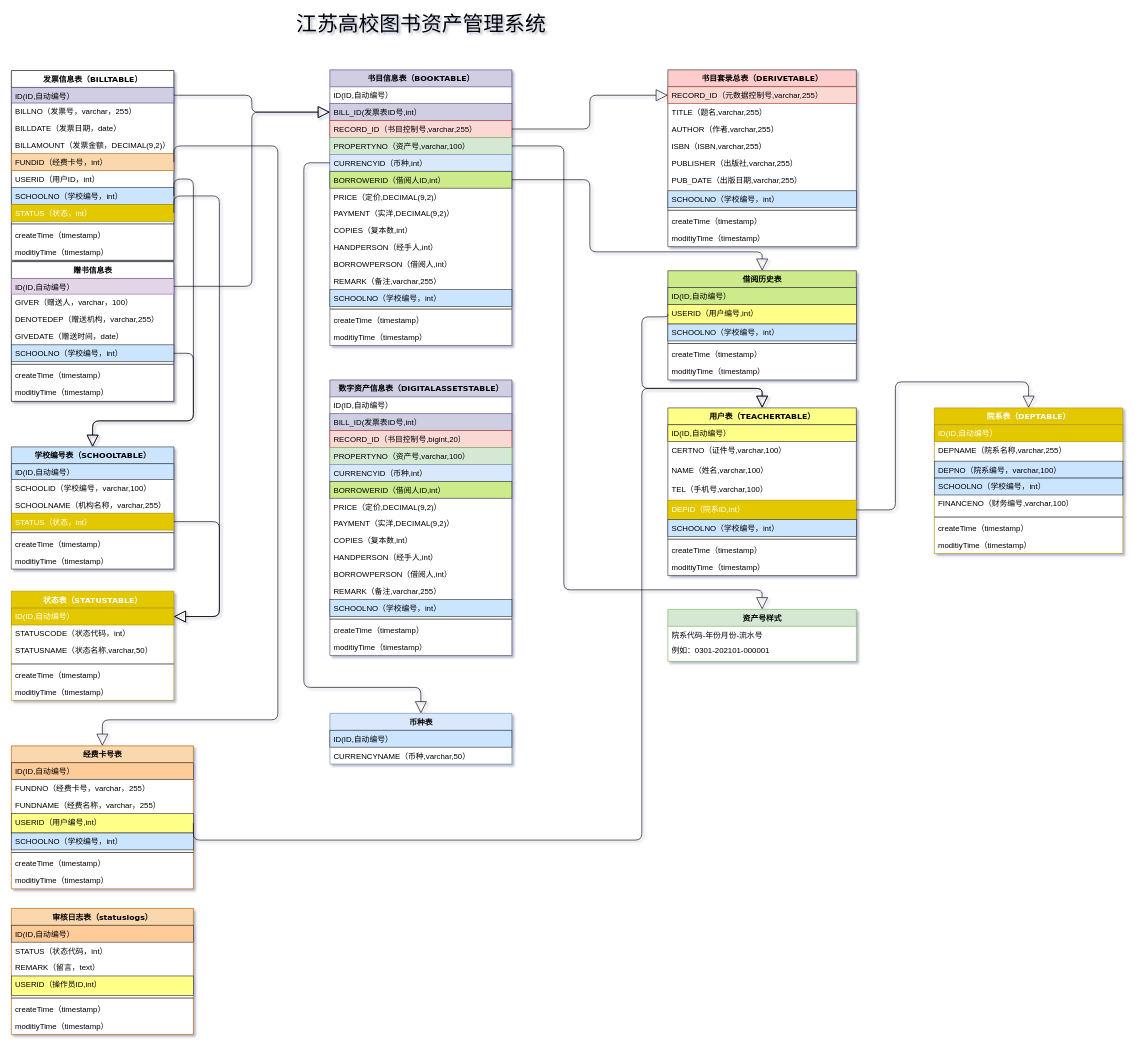
Above: 图书资产管理系统.drawio in yisqiu/SimpleMap-wx (draw.io), before the change. Source tidied: cells renumbered, new cells numbered last; positions are measured from the earlier drawing's top-left corner, leaving out a move shared by most shapes. Both pictures are drawn from the tidied source at 65%, with x=0, y=0 at pixel (11, 11).
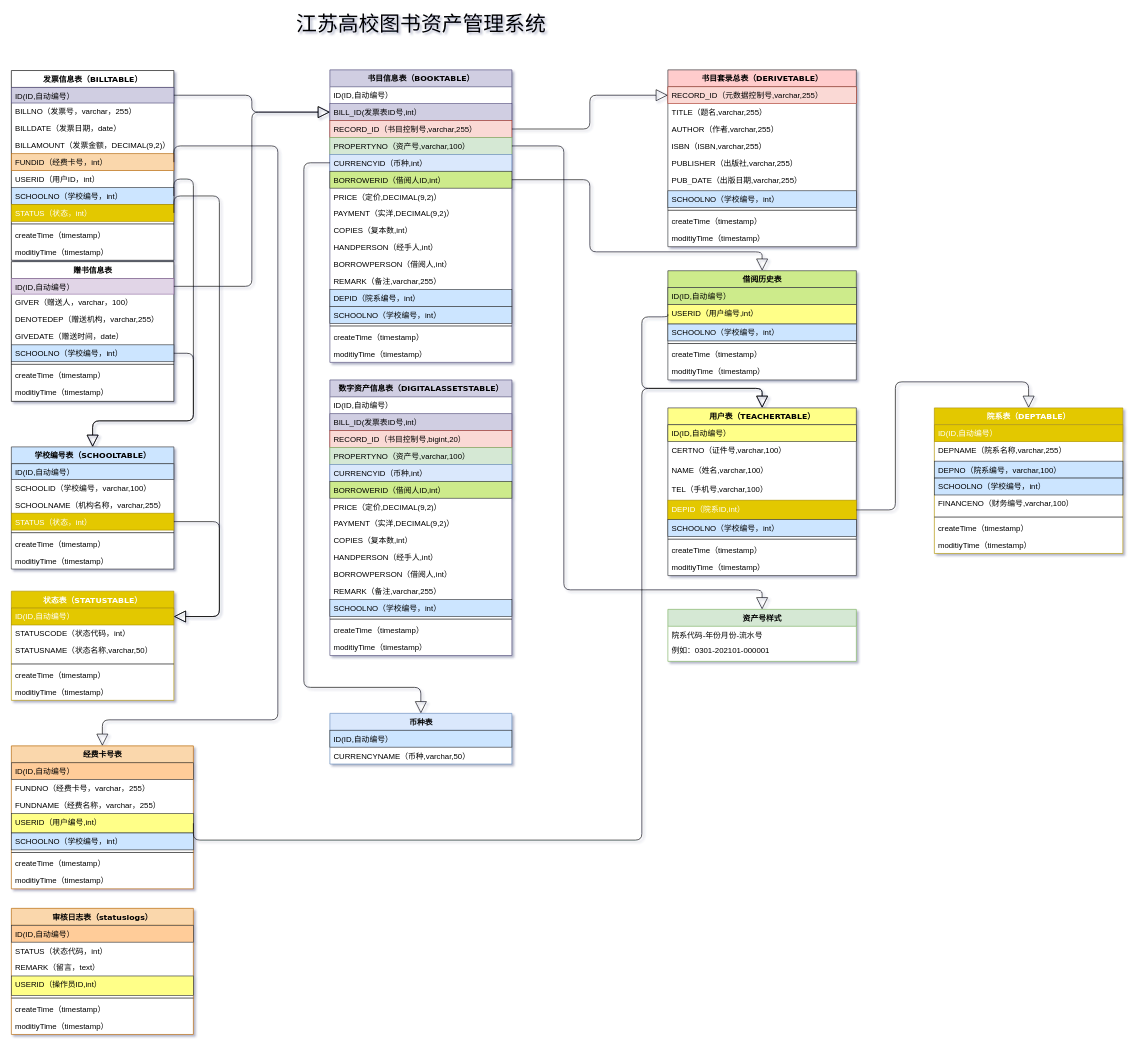
After the change.

Change to the diagram source:
```diff
@@
     <mxCell id="23" value="书目信息表（BOOKTABLE）" style="swimlane;html=1;fontStyle=1;align=center;verticalAlign=top;horizontal=1;startSize=26;swimlaneFillColor=#ffffff;shadow=0;comic=0;labelBackgroundColor=none;strokeWidth=1;fillColor=#d0cee2;fontFamily=Verdana;fontSize=12;strokeColor=#56517e;" parent="1" vertex="1">
-      <mxGeometry x="490" y="90" width="280" height="424" as="geometry" />
+      <mxGeometry x="490" y="90" width="280" height="450" as="geometry" />
     </mxCell>
@@
+    <mxCell id="147" value="DEPID（院系编号，int）" style="text;html=1;strokeColor=#36393d;fillColor=#cce5ff;align=left;verticalAlign=top;spacingLeft=4;spacingRight=4;whiteSpace=wrap;overflow=hidden;" parent="23" vertex="1">
+      <mxGeometry y="338" width="280" height="26" as="geometry" />
+    </mxCell>
     <mxCell id="36" value="SCHOOLNO（学校编号，int）" style="text;html=1;strokeColor=#36393d;fillColor=#cce5ff;align=left;verticalAlign=top;spacingLeft=4;spacingRight=4;whiteSpace=wrap;overflow=hidden;" parent="23" vertex="1">
-      <mxGeometry y="338" width="280" height="26" as="geometry" />
+      <mxGeometry y="364" width="280" height="26" as="geometry" />
     </mxCell>
     <mxCell id="37" style="line;html=1;strokeWidth=1;fillColor=none;align=left;verticalAlign=middle;spacingTop=-1;spacingLeft=3;spacingRight=3;labelPosition=right;" parent="23" vertex="1">
-      <mxGeometry y="364" width="280" height="8" as="geometry" />
+      <mxGeometry y="390" width="280" height="8" as="geometry" />
     </mxCell>
     <mxCell id="38" value="createTime（timestamp）" style="text;html=1;strokeColor=none;fillColor=none;align=left;verticalAlign=top;spacingLeft=4;spacingRight=4;whiteSpace=wrap;overflow=hidden;" parent="23" vertex="1">
-      <mxGeometry y="372" width="280" height="26" as="geometry" />
+      <mxGeometry y="398" width="280" height="26" as="geometry" />
     </mxCell>
     <mxCell id="39" value="moditiyTime（timestamp）" style="text;html=1;strokeColor=none;fillColor=none;align=left;verticalAlign=top;spacingLeft=4;spacingRight=4;whiteSpace=wrap;overflow=hidden;" parent="23" vertex="1">
-      <mxGeometry y="398" width="280" height="26" as="geometry" />
+      <mxGeometry y="424" width="280" height="26" as="geometry" />
     </mxCell>
```
